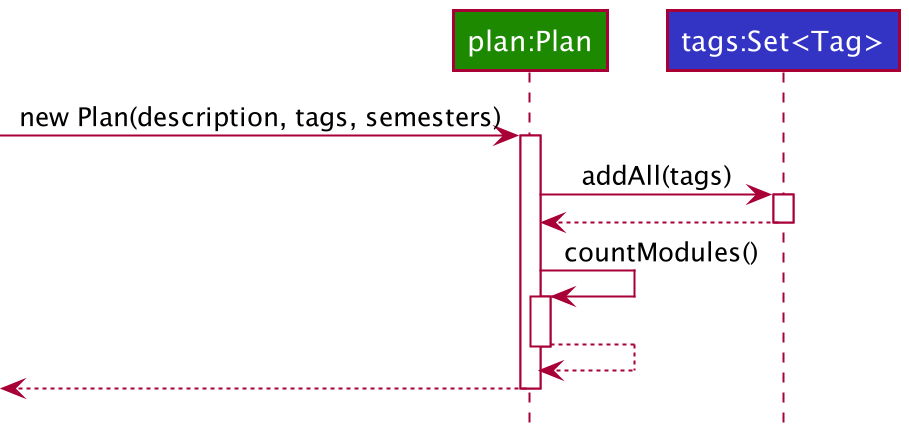
nus-cs2103-AY2021S2/tp keeps this PlantUML diagram as docs/images/PlanConstructorSequenceDiagram.png. Above is the earlier version.
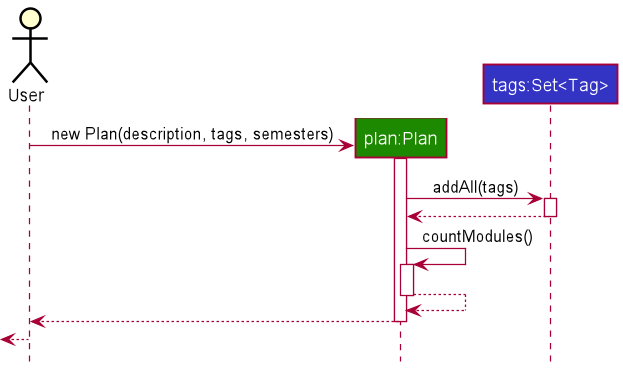
After the commit.

Change to the diagram source:
```diff
@@ -1,12 +1,12 @@
 @startuml
 !include style.puml
 
-
+actor User
 participant "plan:Plan" as Plan UI_COLOR
 participant "tags:Set<Tag>" as Tags LOGIC_COLOR
 
-
-[-> Plan : new Plan(description, tags, semesters)
+create Plan
+User -> Plan : new Plan(description, tags, semesters)
 activate Plan
 
 Plan -> Tags : addAll(tags)
@@ -21,6 +21,7 @@
 Plan --> Plan
 deactivate Plan
 
-[<-- Plan
+User <-- Plan
 deactivate Plan
+[<-- User
 @enduml
```
